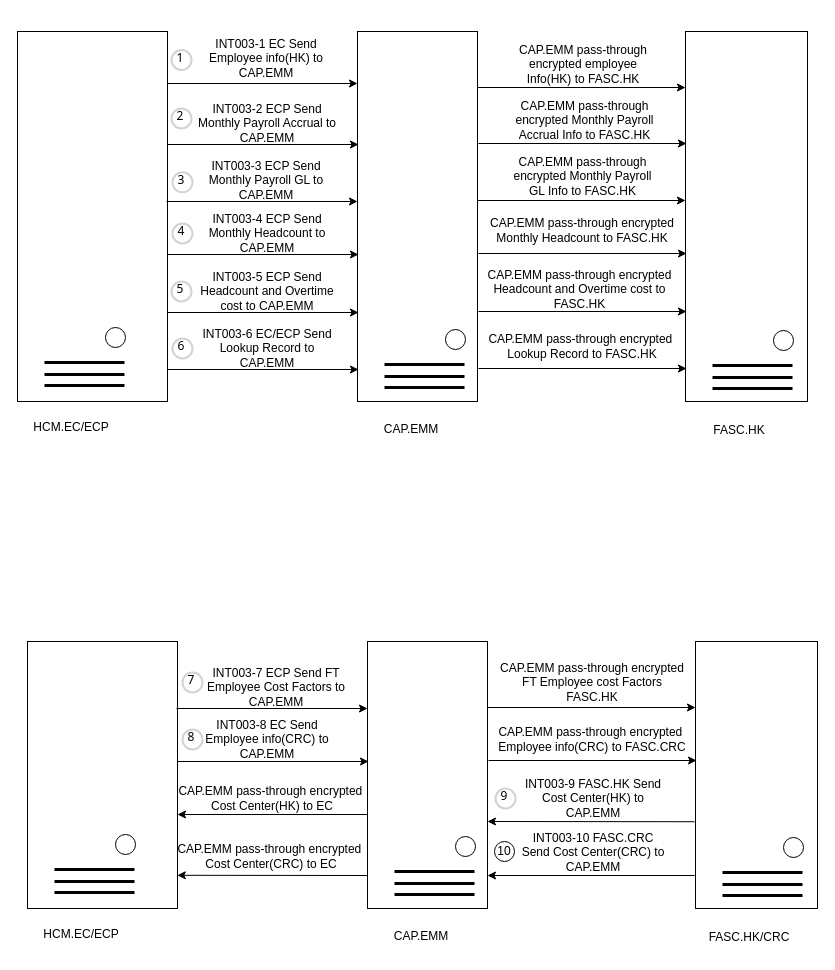
wsxad234/flowchart keeps this draw.io diagram as page "FASC" (13 of 15) of Untitled Diagram.drawio. Above is the earlier version. Source tidied: cells renumbered, new cells numbered last; positions are measured from the earlier drawing's top-left corner, leaving out a move shared by most shapes. Both pictures are drawn from the tidied source at 100%, with x=0, y=0 at pixel (17, 17).
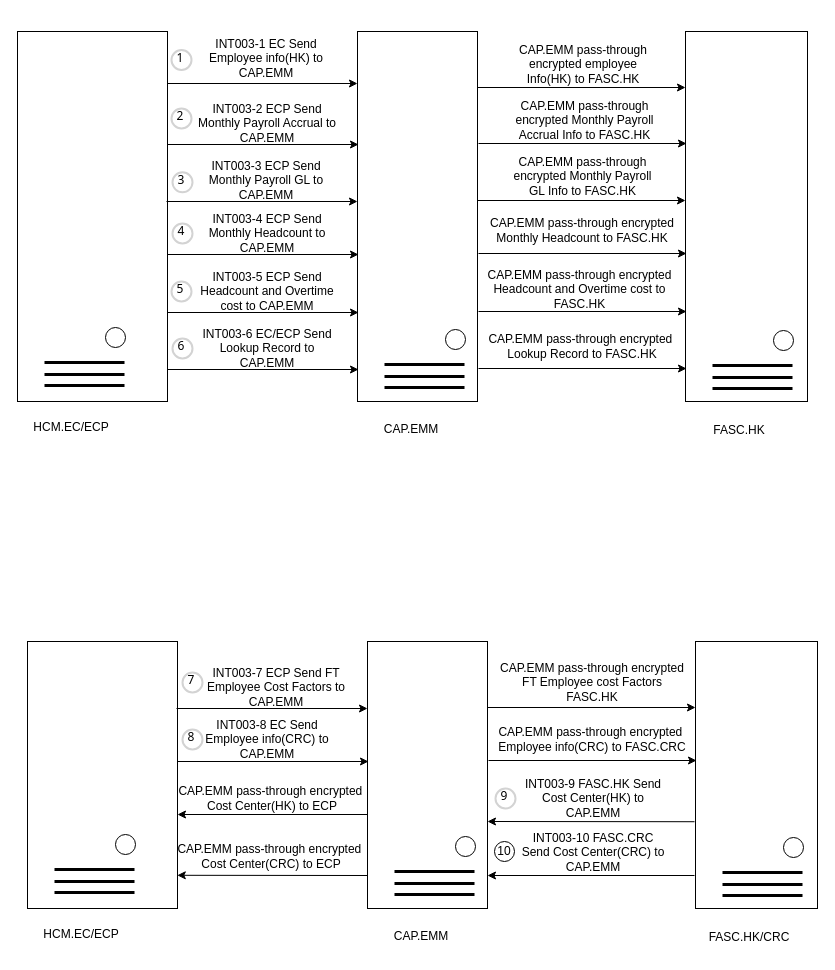
The same page after the edit.

What changed in the source:
```diff
@@
-    <mxCell id="74" value="CAP.EMM pass-through encrypted&amp;nbsp;&lt;br&gt;Cost Center(HK) to EC" style="text;html=1;strokeColor=none;fillColor=none;align=center;verticalAlign=middle;whiteSpace=wrap;rounded=0;" parent="1" vertex="1">
+    <mxCell id="74" value="CAP.EMM pass-through encrypted&amp;nbsp;&lt;br&gt;Cost Center(HK) to ECP" style="text;html=1;strokeColor=none;fillColor=none;align=center;verticalAlign=middle;whiteSpace=wrap;rounded=0;" parent="1" vertex="1">
       <mxGeometry x="160" y="766" width="190" height="30" as="geometry" />
     </mxCell>
@@
-    <mxCell id="81" value="CAP.EMM pass-through encrypted&amp;nbsp;&lt;br&gt;Cost Center(CRC) to EC" style="text;html=1;strokeColor=none;fillColor=none;align=center;verticalAlign=middle;whiteSpace=wrap;rounded=0;" parent="1" vertex="1">
+    <mxCell id="81" value="CAP.EMM pass-through encrypted&amp;nbsp;&lt;br&gt;Cost Center(CRC) to ECP" style="text;html=1;strokeColor=none;fillColor=none;align=center;verticalAlign=middle;whiteSpace=wrap;rounded=0;" parent="1" vertex="1">
       <mxGeometry x="159" y="824" width="190" height="30" as="geometry" />
     </mxCell>
```
